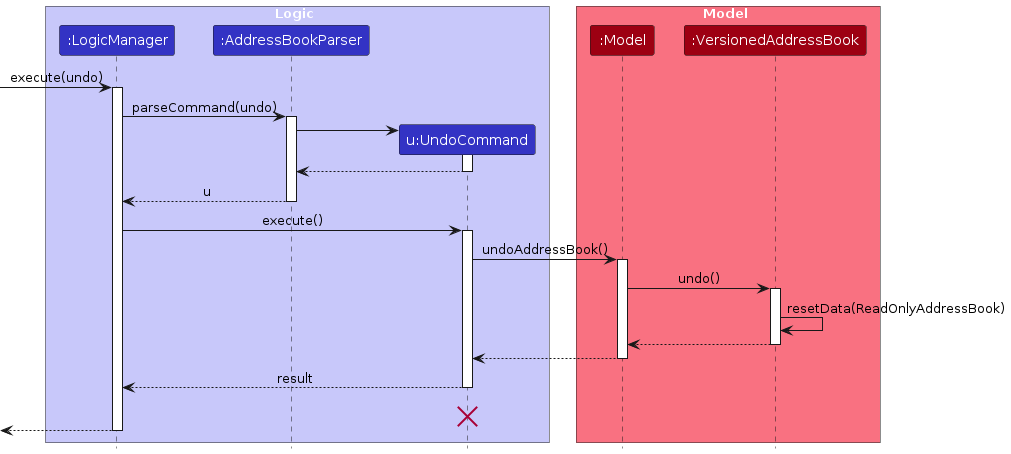
This is diagrams/UndoSequenceDiagram.png from AaronJT1/tp, a PlantUML export, as it was before one commit. Its source is kept beside it as diagrams/UndoSequenceDiagram.puml. The source it was exported from:
```plantuml
@startuml
!include style.puml
skinparam ArrowFontStyle plain

box Logic LOGIC_COLOR_T1
participant ":LogicManager" as LogicManager LOGIC_COLOR
participant ":AddressBookParser" as AddressBookParser LOGIC_COLOR
participant "u:UndoCommand" as UndoCommand LOGIC_COLOR
end box

box Model MODEL_COLOR_T1
participant ":Model" as Model MODEL_COLOR
participant ":VersionedAddressBook" as VersionedAddressBook MODEL_COLOR
end box
[-> LogicManager : execute(undo)
activate LogicManager

LogicManager -> AddressBookParser : parseCommand(undo)
activate AddressBookParser

create UndoCommand
AddressBookParser -> UndoCommand
activate UndoCommand

UndoCommand --> AddressBookParser
deactivate UndoCommand

AddressBookParser --> LogicManager : u
deactivate AddressBookParser

LogicManager -> UndoCommand : execute()
activate UndoCommand

UndoCommand -> Model : undoAddressBook()
activate Model

Model -> VersionedAddressBook : undo()
activate VersionedAddressBook

VersionedAddressBook -> VersionedAddressBook :resetData(ReadOnlyAddressBook)
VersionedAddressBook --> Model :
deactivate VersionedAddressBook

Model --> UndoCommand
deactivate Model

UndoCommand --> LogicManager : result
deactivate UndoCommand
UndoCommand -[hidden]-> LogicManager : result
destroy UndoCommand

[<--LogicManager
deactivate LogicManager
@enduml
```
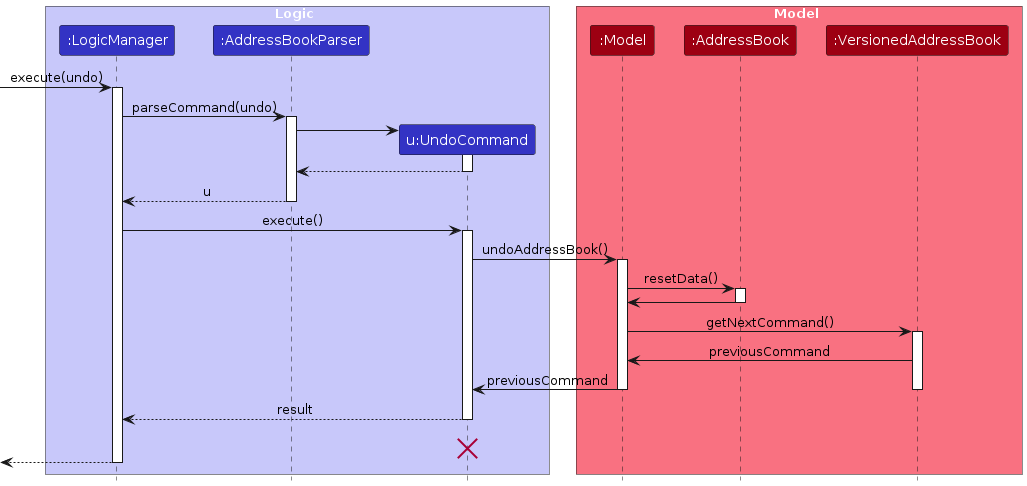
The same diagram one commit later.

What changed in the source:
```diff
@@ -10,6 +10,7 @@
 
 box Model MODEL_COLOR_T1
 participant ":Model" as Model MODEL_COLOR
+participant ":AddressBook" as AddressBook MODEL_COLOR
 participant ":VersionedAddressBook" as VersionedAddressBook MODEL_COLOR
 end box
 [-> LogicManager : execute(undo)
@@ -34,14 +35,16 @@
 UndoCommand -> Model : undoAddressBook()
 activate Model
 
-Model -> VersionedAddressBook : undo()
+Model -> AddressBook : resetData()
+activate AddressBook
+AddressBook -> Model
+deactivate AddressBook
+
+Model -> VersionedAddressBook : getNextCommand()
 activate VersionedAddressBook
-
-VersionedAddressBook -> VersionedAddressBook :resetData(ReadOnlyAddressBook)
-VersionedAddressBook --> Model :
+VersionedAddressBook -> Model : previousCommand
+Model -> UndoCommand : previousCommand
 deactivate VersionedAddressBook
-
-Model --> UndoCommand
 deactivate Model
 
 UndoCommand --> LogicManager : result
```
